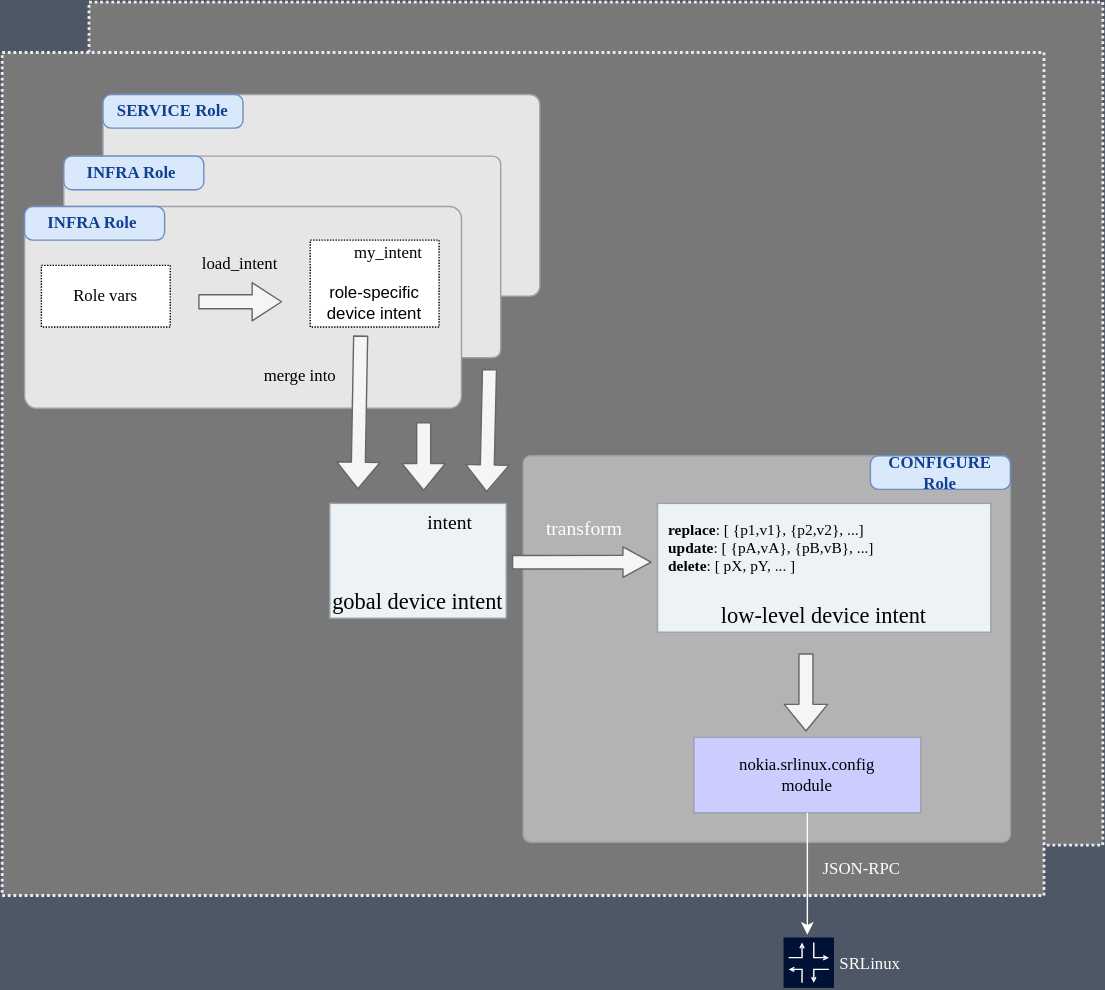
The draw.io diagram img/ansible-srl-intent.drawio.svg in srl-labs/intent-based-ansible-lab, before a commit. Source tidied: cells renumbered, new cells last; positions are measured from the earlier drawing's top-left corner, leaving out a move shared by most shapes.
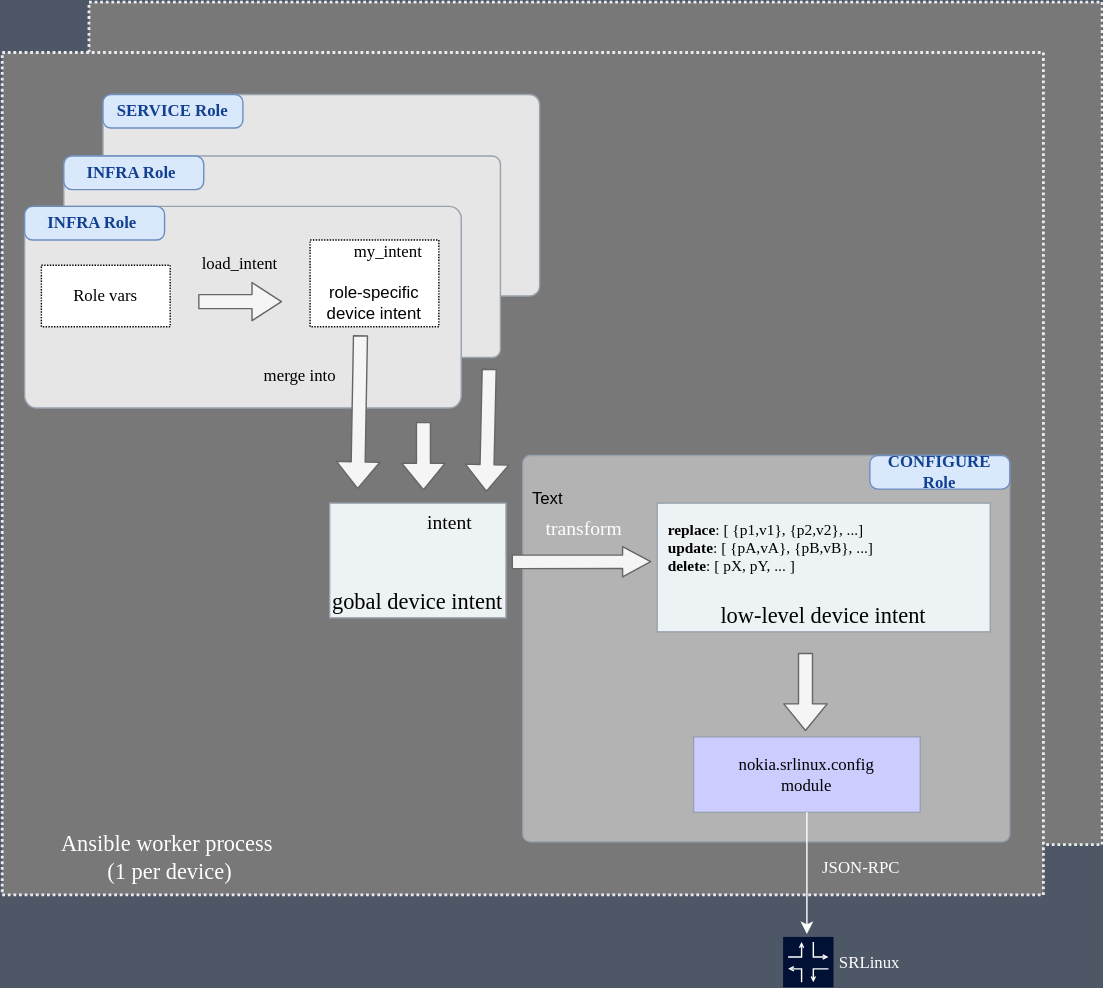
The same diagram one commit later.

Change to the diagram source:
```diff
@@ -165,5 +165,11 @@
     <mxCell id="41" value="&lt;b&gt;CONFIGURE Role&lt;/b&gt;" style="text;html=1;strokeColor=none;fillColor=none;align=center;verticalAlign=middle;whiteSpace=wrap;rounded=0;fontFamily=Google Sans;fontColor=#124191;fontSource=https%3A%2F%2Ffonts.googleapis.com%2Fcss%3Ffamily%3DGoogle%2BSans;" parent="1" vertex="1">
       <mxGeometry x="620" y="321" width="100" height="30" as="geometry" />
     </mxCell>
+    <mxCell id="42" value="Text" style="text;html=1;strokeColor=none;fillColor=none;align=center;verticalAlign=middle;whiteSpace=wrap;rounded=0;" parent="1" vertex="1">
+      <mxGeometry x="360" y="340" width="60" height="30" as="geometry" />
+    </mxCell>
+    <mxCell id="43" value="Ansible worker process&lt;br style=&quot;font-size: 16px;&quot;&gt;&amp;nbsp;(1 per device)" style="text;html=1;strokeColor=none;fillColor=none;align=center;verticalAlign=middle;whiteSpace=wrap;rounded=0;fontFamily=Google Sans;fontSource=https%3A%2F%2Ffonts.googleapis.com%2Fcss%3Ffamily%3DGoogle%2BSans;fontSize=16;fontColor=#FFFFFF;" parent="1" vertex="1">
+      <mxGeometry x="12" y="596" width="212" height="30" as="geometry" />
+    </mxCell>
   </root>
 </mxGraphModel>
```
